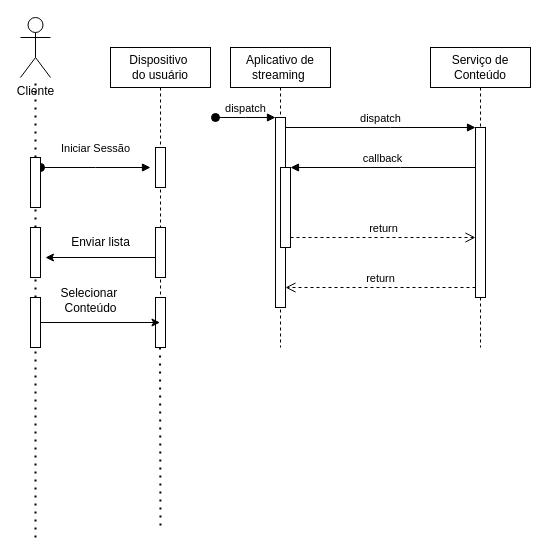
Before: Diagrama sem nome.drawio in AnderBrIF/IF, a draw.io diagram. Source tidied: cells renumbered, new cells numbered last; positions are measured from the earlier drawing's top-left corner, leaving out a move shared by most shapes. Both pictures are drawn from the tidied source at 100%, with x=0, y=0 at pixel (20, 17).
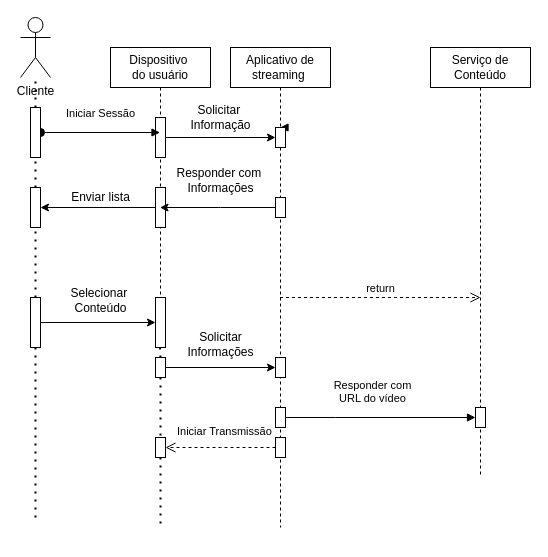
Above is the later version.

Unchanged cells that the change refers to:
```xml
<mxCell id="14" value="Dispositivo&amp;nbsp;&lt;br&gt;do usuário" style="shape=umlLifeline;perimeter=lifelinePerimeter;whiteSpace=wrap;html=1;outlineConnect=0;portConstraint=eastwest;newEdgeStyle={&quot;edgeStyle&quot;:&quot;elbowEdgeStyle&quot;,&quot;elbow&quot;:&quot;vertical&quot;,&quot;curved&quot;:0,&quot;rounded&quot;:0};" parent="1" vertex="1">
  <mxGeometry x="90" y="30" width="100" height="300" as="geometry" />
</mxCell>
<mxCell id="16" style="html=1;points=[];perimeter=orthogonalPerimeter;outlineConnect=0;targetShapes=umlLifeline;portConstraint=eastwest;newEdgeStyle={&quot;edgeStyle&quot;:&quot;elbowEdgeStyle&quot;,&quot;elbow&quot;:&quot;vertical&quot;,&quot;curved&quot;:0,&quot;rounded&quot;:0};" parent="14" vertex="1">
  <mxGeometry x="45" y="250" width="10" height="50" as="geometry" />
</mxCell>
<mxCell id="30" style="html=1;points=[];perimeter=orthogonalPerimeter;outlineConnect=0;targetShapes=umlLifeline;portConstraint=eastwest;newEdgeStyle={&quot;edgeStyle&quot;:&quot;elbowEdgeStyle&quot;,&quot;elbow&quot;:&quot;vertical&quot;,&quot;curved&quot;:0,&quot;rounded&quot;:0};" parent="1" vertex="1">
  <mxGeometry x="10" y="280" width="10" height="50" as="geometry" />
</mxCell>
```

What changed in the source:
```diff
@@
-    <mxCell id="2" value="Aplicativo de&lt;br&gt;streaming&amp;nbsp;" style="shape=umlLifeline;perimeter=lifelinePerimeter;whiteSpace=wrap;html=1;outlineConnect=0;portConstraint=eastwest;newEdgeStyle={&quot;edgeStyle&quot;:&quot;elbowEdgeStyle&quot;,&quot;elbow&quot;:&quot;vertical&quot;,&quot;curved&quot;:0,&quot;rounded&quot;:0};" parent="1" vertex="1">
-      <mxGeometry x="210" y="30" width="100" height="300" as="geometry" />
-    </mxCell>
-    <mxCell id="3" style="html=1;points=[];perimeter=orthogonalPerimeter;outlineConnect=0;targetShapes=umlLifeline;portConstraint=eastwest;newEdgeStyle={&quot;edgeStyle&quot;:&quot;elbowEdgeStyle&quot;,&quot;elbow&quot;:&quot;vertical&quot;,&quot;curved&quot;:0,&quot;rounded&quot;:0};" parent="2" vertex="1">
-      <mxGeometry x="45" y="70" width="10" height="190" as="geometry" />
-    </mxCell>
-    <mxCell id="4" value="dispatch" style="html=1;verticalAlign=bottom;startArrow=oval;endArrow=block;startSize=8;edgeStyle=elbowEdgeStyle;elbow=vertical;curved=0;rounded=0;" parent="2" edge="1" target="3">
-      <mxGeometry relative="1" as="geometry">
-        <mxPoint x="-15" y="70" as="sourcePoint" />
-      </mxGeometry>
-    </mxCell>
-    <mxCell id="5" style="html=1;points=[];perimeter=orthogonalPerimeter;outlineConnect=0;targetShapes=umlLifeline;portConstraint=eastwest;newEdgeStyle={&quot;edgeStyle&quot;:&quot;elbowEdgeStyle&quot;,&quot;elbow&quot;:&quot;vertical&quot;,&quot;curved&quot;:0,&quot;rounded&quot;:0};" parent="2" vertex="1">
-      <mxGeometry x="50" y="120" width="10" height="80" as="geometry" />
-    </mxCell>
     <mxCell id="6" value="Serviço de Conteúdo" style="shape=umlLifeline;perimeter=lifelinePerimeter;whiteSpace=wrap;html=1;newEdgeStyle={&quot;edgeStyle&quot;:&quot;elbowEdgeStyle&quot;,&quot;elbow&quot;:&quot;vertical&quot;,&quot;curved&quot;:0,&quot;rounded&quot;:0};" parent="1" vertex="1">
-      <mxGeometry x="410" y="30" width="100" height="300" as="geometry" />
+      <mxGeometry x="410" y="30" width="100" height="430" as="geometry" />
     </mxCell>
-    <mxCell id="7" style="html=1;points=[];perimeter=orthogonalPerimeter;outlineConnect=0;targetShapes=umlLifeline;portConstraint=eastwest;newEdgeStyle={&quot;edgeStyle&quot;:&quot;elbowEdgeStyle&quot;,&quot;elbow&quot;:&quot;vertical&quot;,&quot;curved&quot;:0,&quot;rounded&quot;:0};" parent="6" vertex="1">
-      <mxGeometry x="45" y="80" width="10" height="170" as="geometry" />
-    </mxCell>
+    <mxCell id="35" style="html=1;points=[];perimeter=orthogonalPerimeter;outlineConnect=0;targetShapes=umlLifeline;portConstraint=eastwest;newEdgeStyle={&quot;edgeStyle&quot;:&quot;elbowEdgeStyle&quot;,&quot;elbow&quot;:&quot;vertical&quot;,&quot;curved&quot;:0,&quot;rounded&quot;:0};" parent="6" vertex="1">
+      <mxGeometry x="45" y="360" width="10" height="20" as="geometry" />
+    </mxCell>
-    <mxCell id="8" value="dispatch" style="html=1;verticalAlign=bottom;endArrow=block;edgeStyle=elbowEdgeStyle;elbow=vertical;curved=0;rounded=0;" parent="1" edge="1" source="3" target="7">
-      <mxGeometry relative="1" as="geometry">
+    <mxCell id="8" value="Responder com&lt;br&gt;URL do vídeo" style="html=1;verticalAlign=bottom;endArrow=block;edgeStyle=elbowEdgeStyle;elbow=vertical;curved=0;rounded=0;" parent="1" edge="1" target="35">
+      <mxGeometry x="-0.03" y="10" relative="1" as="geometry">
+        <mxPoint x="255" y="400" as="sourcePoint" />
         <Array as="points">
-          <mxPoint x="370" y="110" />
+          <mxPoint x="315.2" y="400" />
+          <mxPoint x="285.2" y="420" />
+          <mxPoint x="385.2" y="420" />
+          <mxPoint x="415.2" y="400" />
+          <mxPoint x="365.2" y="340" />
         </Array>
       </mxGeometry>
     </mxCell>
-    <mxCell id="9" value="return" style="html=1;verticalAlign=bottom;endArrow=open;dashed=1;endSize=8;edgeStyle=elbowEdgeStyle;elbow=vertical;curved=0;rounded=0;" parent="1" edge="1" source="7" target="3">
-      <mxGeometry relative="1" as="geometry">
-        <Array as="points">
-          <mxPoint x="380" y="270" />
-        </Array>
-      </mxGeometry>
+    <mxCell id="9" style="html=1;verticalAlign=bottom;endArrow=open;dashed=1;endSize=8;edgeStyle=elbowEdgeStyle;elbow=vertical;curved=0;rounded=0;" parent="1" edge="1" source="43" target="51">
+      <mxGeometry relative="1" as="geometry" />
     </mxCell>
-    <mxCell id="10" value="callback" style="html=1;verticalAlign=bottom;endArrow=block;edgeStyle=elbowEdgeStyle;elbow=vertical;curved=0;rounded=0;" parent="1" edge="1" source="7" target="5">
-      <mxGeometry relative="1" as="geometry">
-        <Array as="points">
-          <mxPoint x="380" y="150" />
-        </Array>
-      </mxGeometry>
-    </mxCell>
-    <mxCell id="11" value="return" style="html=1;verticalAlign=bottom;endArrow=open;dashed=1;endSize=8;edgeStyle=elbowEdgeStyle;elbow=vertical;curved=0;rounded=0;" parent="1" edge="1" source="5" target="7">
+    <mxCell id="11" value="return" style="html=1;verticalAlign=bottom;endArrow=open;dashed=1;endSize=8;edgeStyle=elbowEdgeStyle;elbow=vertical;curved=0;rounded=0;" parent="1" edge="1" source="2">
       <mxGeometry relative="1" as="geometry">
+        <mxPoint x="460" y="280" as="targetPoint" />
         <Array as="points">
-          <mxPoint x="370" y="220" />
+          <mxPoint x="375" y="280" />
         </Array>
       </mxGeometry>
     </mxCell>
@@
     <mxCell id="15" style="html=1;points=[];perimeter=orthogonalPerimeter;outlineConnect=0;targetShapes=umlLifeline;portConstraint=eastwest;newEdgeStyle={&quot;edgeStyle&quot;:&quot;elbowEdgeStyle&quot;,&quot;elbow&quot;:&quot;vertical&quot;,&quot;curved&quot;:0,&quot;rounded&quot;:0};" parent="14" vertex="1">
-      <mxGeometry x="45" y="100" width="10" height="40" as="geometry" />
+      <mxGeometry x="45" y="70" width="10" height="40" as="geometry" />
     </mxCell>
@@
-    <mxCell id="17" style="html=1;perimeter=orthogonalPerimeter;targetShapes=umlLifeline;newEdgeStyle={&quot;edgeStyle&quot;:&quot;elbowEdgeStyle&quot;,&quot;elbow&quot;:&quot;vertical&quot;,&quot;curved&quot;:0,&quot;rounded&quot;:0};" parent="1" vertex="1">
-      <mxGeometry x="10" y="140" width="10" height="50" as="geometry" />
-    </mxCell>
+    <mxCell id="32" style="html=1;points=[];perimeter=orthogonalPerimeter;outlineConnect=0;targetShapes=umlLifeline;portConstraint=eastwest;newEdgeStyle={&quot;edgeStyle&quot;:&quot;elbowEdgeStyle&quot;,&quot;elbow&quot;:&quot;vertical&quot;,&quot;curved&quot;:0,&quot;rounded&quot;:0};" parent="14" vertex="1">
+      <mxGeometry x="45" y="140" width="10" height="40" as="geometry" />
+    </mxCell>
@@
-    <mxCell id="19" value="Iniciar Sessão" style="html=1;verticalAlign=bottom;startArrow=oval;endArrow=block;startSize=8;edgeStyle=elbowEdgeStyle;elbow=vertical;curved=0;rounded=0;" parent="1" edge="1" source="26">
+    <mxCell id="19" value="Iniciar Sessão" style="html=1;verticalAlign=bottom;startArrow=oval;endArrow=block;startSize=8;edgeStyle=elbowEdgeStyle;elbow=vertical;curved=0;rounded=0;" parent="1" edge="1" source="26" target="14">
       <mxGeometry y="10" relative="1" as="geometry">
-        <mxPoint x="130" y="150" as="targetPoint" />
+        <Array as="points">
+          <mxPoint x="90" y="120" />
+        </Array>
       </mxGeometry>
     </mxCell>
-    <mxCell id="20" style="endArrow=classic;html=1;rounded=0;" parent="1" edge="1" source="32">
-      <mxGeometry relative="1" as="geometry">
-        <mxPoint x="25" y="240" as="targetPoint" />
-      </mxGeometry>
+    <mxCell id="20" style="endArrow=classic;html=1;rounded=0;" parent="1" edge="1" source="32" target="28">
+      <mxGeometry relative="1" as="geometry" />
     </mxCell>
     <mxCell id="21" value="Enviar lista" style="text;html=1;align=center;verticalAlign=middle;strokeColor=none;fillColor=none;" parent="1" vertex="1">
-      <mxGeometry x="40" y="210" width="80" height="30" as="geometry" />
+      <mxGeometry x="40" y="165" width="80" height="30" as="geometry" />
     </mxCell>
-    <mxCell id="22" style="endArrow=classic;html=1;rounded=0;" parent="1" edge="1" source="30" target="14">
+    <mxCell id="22" style="endArrow=classic;html=1;rounded=0;" parent="1" edge="1" source="30" target="16">
       <mxGeometry relative="1" as="geometry" />
     </mxCell>
-    <mxCell id="23" style="html=1;perimeter=orthogonalPerimeter;targetShapes=umlLifeline;newEdgeStyle={&quot;edgeStyle&quot;:&quot;elbowEdgeStyle&quot;,&quot;elbow&quot;:&quot;vertical&quot;,&quot;curved&quot;:0,&quot;rounded&quot;:0};" parent="1" vertex="1">
-      <mxGeometry x="10" y="210" width="10" height="50" as="geometry" />
-    </mxCell>
@@
     <mxCell id="26" style="html=1;points=[];perimeter=orthogonalPerimeter;outlineConnect=0;targetShapes=umlLifeline;portConstraint=eastwest;newEdgeStyle={&quot;edgeStyle&quot;:&quot;elbowEdgeStyle&quot;,&quot;elbow&quot;:&quot;vertical&quot;,&quot;curved&quot;:0,&quot;rounded&quot;:0};" parent="1" vertex="1">
-      <mxGeometry x="10" y="140" width="10" height="50" as="geometry" />
+      <mxGeometry x="10" y="90" width="10" height="50" as="geometry" />
     </mxCell>
     <mxCell id="27" style="endArrow=none;dashed=1;html=1;dashPattern=1 3;strokeWidth=2;rounded=0;" parent="1" edge="1" source="30" target="28">
-      <mxGeometry relative="1" as="geometry" />
+      <mxGeometry relative="1" as="geometry">
+        <Array as="points">
+          <mxPoint x="15" y="250" />
+        </Array>
+      </mxGeometry>
     </mxCell>
     <mxCell id="28" style="html=1;points=[];perimeter=orthogonalPerimeter;outlineConnect=0;targetShapes=umlLifeline;portConstraint=eastwest;newEdgeStyle={&quot;edgeStyle&quot;:&quot;elbowEdgeStyle&quot;,&quot;elbow&quot;:&quot;vertical&quot;,&quot;curved&quot;:0,&quot;rounded&quot;:0};" parent="1" vertex="1">
-      <mxGeometry x="10" y="210" width="10" height="50" as="geometry" />
+      <mxGeometry x="10" y="170" width="10" height="40" as="geometry" />
     </mxCell>
     <mxCell id="29" style="endArrow=none;dashed=1;html=1;dashPattern=1 3;strokeWidth=2;rounded=0;" parent="1" edge="1" target="30">
       <mxGeometry relative="1" as="geometry">
-        <mxPoint x="15" y="520" as="sourcePoint" />
+        <mxPoint x="15" y="500" as="sourcePoint" />
       </mxGeometry>
     </mxCell>
@@
-    <mxCell id="31" style="endArrow=classic;html=1;rounded=0;" parent="1" edge="1" target="32">
-      <mxGeometry relative="1" as="geometry">
-        <mxPoint x="134.8" y="240" as="sourcePoint" />
-      </mxGeometry>
-    </mxCell>
-    <mxCell id="32" style="html=1;points=[];perimeter=orthogonalPerimeter;outlineConnect=0;targetShapes=umlLifeline;portConstraint=eastwest;newEdgeStyle={&quot;edgeStyle&quot;:&quot;elbowEdgeStyle&quot;,&quot;elbow&quot;:&quot;vertical&quot;,&quot;curved&quot;:0,&quot;rounded&quot;:0};" parent="1" vertex="1">
-      <mxGeometry x="135" y="210" width="10" height="50" as="geometry" />
-    </mxCell>
-    <mxCell id="33" style="endArrow=none;dashed=1;html=1;dashPattern=1 3;strokeWidth=2;rounded=0;" parent="1" edge="1" source="14">
+    <mxCell id="33" style="endArrow=none;dashed=1;html=1;dashPattern=1 3;strokeWidth=2;rounded=0;" parent="1" edge="1" source="49">
       <mxGeometry relative="1" as="geometry">
         <mxPoint x="140" y="510" as="targetPoint" />
       </mxGeometry>
     </mxCell>
     <mxCell id="34" value="Selecionar&amp;nbsp;&lt;br&gt;Conteúdo" style="text;html=1;align=center;verticalAlign=middle;strokeColor=none;fillColor=none;" parent="1" vertex="1">
-      <mxGeometry x="30" y="263" width="80" height="40" as="geometry" />
+      <mxGeometry x="40" y="263" width="80" height="40" as="geometry" />
     </mxCell>
+    <mxCell id="36" style="endArrow=classic;html=1;rounded=0;" parent="1" edge="1" source="15" target="5">
+      <mxGeometry relative="1" as="geometry" />
+    </mxCell>
+    <mxCell id="37" value="Solicitar&amp;nbsp;&lt;br&gt;Informação" style="text;html=1;align=center;verticalAlign=middle;strokeColor=none;fillColor=none;" parent="1" vertex="1">
+      <mxGeometry x="160" y="80" width="80" height="40" as="geometry" />
+    </mxCell>
+    <mxCell id="38" style="endArrow=classic;html=1;rounded=0;" parent="1" edge="1" source="2" target="14">
+      <mxGeometry relative="1" as="geometry">
+        <Array as="points">
+          <mxPoint x="200" y="190" />
+        </Array>
+      </mxGeometry>
+    </mxCell>
+    <mxCell id="39" value="Responder com&amp;nbsp;&lt;br&gt;Informações" style="text;html=1;align=center;verticalAlign=middle;points=[];strokeColor=none;fillColor=none;" parent="1" vertex="1">
+      <mxGeometry x="145" y="143" width="110" height="40" as="geometry" />
+    </mxCell>
+    <mxCell id="40" style="html=1;verticalAlign=bottom;endArrow=block;edgeStyle=elbowEdgeStyle;elbow=vertical;curved=0;rounded=0;" parent="1" edge="1" target="2">
+      <mxGeometry relative="1" as="geometry">
+        <mxPoint x="265" y="110" as="sourcePoint" />
+      </mxGeometry>
+    </mxCell>
+    <mxCell id="2" value="Aplicativo de&lt;br&gt;streaming&amp;nbsp;" style="shape=umlLifeline;perimeter=lifelinePerimeter;whiteSpace=wrap;html=1;outlineConnect=0;portConstraint=eastwest;newEdgeStyle={&quot;edgeStyle&quot;:&quot;elbowEdgeStyle&quot;,&quot;elbow&quot;:&quot;vertical&quot;,&quot;curved&quot;:0,&quot;rounded&quot;:0};" parent="1" vertex="1">
+      <mxGeometry x="210" y="30" width="100" height="480" as="geometry" />
+    </mxCell>
+    <mxCell id="5" style="html=1;points=[];perimeter=orthogonalPerimeter;outlineConnect=0;targetShapes=umlLifeline;portConstraint=eastwest;newEdgeStyle={&quot;edgeStyle&quot;:&quot;elbowEdgeStyle&quot;,&quot;elbow&quot;:&quot;vertical&quot;,&quot;curved&quot;:0,&quot;rounded&quot;:0};" parent="2" vertex="1">
+      <mxGeometry x="45" y="80" width="10" height="20" as="geometry" />
+    </mxCell>
+    <mxCell id="41" style="html=1;points=[];perimeter=orthogonalPerimeter;outlineConnect=0;targetShapes=umlLifeline;portConstraint=eastwest;newEdgeStyle={&quot;edgeStyle&quot;:&quot;elbowEdgeStyle&quot;,&quot;elbow&quot;:&quot;vertical&quot;,&quot;curved&quot;:0,&quot;rounded&quot;:0};" parent="2" vertex="1">
+      <mxGeometry x="45" y="150" width="10" height="20" as="geometry" />
+    </mxCell>
+    <mxCell id="42" style="html=1;perimeter=orthogonalPerimeter;targetShapes=umlLifeline;newEdgeStyle={&quot;edgeStyle&quot;:&quot;elbowEdgeStyle&quot;,&quot;elbow&quot;:&quot;vertical&quot;,&quot;curved&quot;:0,&quot;rounded&quot;:0};" parent="2" vertex="1">
+      <mxGeometry x="45" y="360" width="10" height="20" as="geometry" />
+    </mxCell>
+    <mxCell id="43" style="html=1;points=[];perimeter=orthogonalPerimeter;outlineConnect=0;targetShapes=umlLifeline;portConstraint=eastwest;newEdgeStyle={&quot;edgeStyle&quot;:&quot;elbowEdgeStyle&quot;,&quot;elbow&quot;:&quot;vertical&quot;,&quot;curved&quot;:0,&quot;rounded&quot;:0};" parent="2" vertex="1">
+      <mxGeometry x="45" y="390" width="10" height="20" as="geometry" />
+    </mxCell>
+    <mxCell id="44" style="edgeStyle=elbowEdgeStyle;rounded=0;jettySize=auto;html=1;elbow=vertical;curved=0;" parent="1" edge="1" source="41" target="39">
+      <mxGeometry relative="1" as="geometry" />
+    </mxCell>
+    <mxCell id="45" style="endArrow=classic;html=1;rounded=0;" parent="1" edge="1" source="47" target="2">
+      <mxGeometry relative="1" as="geometry" />
+    </mxCell>
+    <mxCell id="46" style="endArrow=classic;html=1;rounded=0;" parent="1" edge="1" source="49" target="47">
+      <mxGeometry relative="1" as="geometry" />
+    </mxCell>
+    <mxCell id="47" style="html=1;points=[];perimeter=orthogonalPerimeter;outlineConnect=0;targetShapes=umlLifeline;portConstraint=eastwest;newEdgeStyle={&quot;edgeStyle&quot;:&quot;elbowEdgeStyle&quot;,&quot;elbow&quot;:&quot;vertical&quot;,&quot;curved&quot;:0,&quot;rounded&quot;:0};" parent="1" vertex="1">
+      <mxGeometry x="255" y="340" width="10" height="20" as="geometry" />
+    </mxCell>
+    <mxCell id="48" value="&lt;br&gt;Solicitar&lt;br&gt;Informações" style="text;html=1;align=center;verticalAlign=middle;strokeColor=none;fillColor=none;" parent="1" vertex="1">
+      <mxGeometry x="155" y="290" width="90" height="60" as="geometry" />
+    </mxCell>
+    <mxCell id="49" style="html=1;points=[];perimeter=orthogonalPerimeter;outlineConnect=0;targetShapes=umlLifeline;portConstraint=eastwest;newEdgeStyle={&quot;edgeStyle&quot;:&quot;elbowEdgeStyle&quot;,&quot;elbow&quot;:&quot;vertical&quot;,&quot;curved&quot;:0,&quot;rounded&quot;:0};" parent="1" vertex="1">
+      <mxGeometry x="135" y="340" width="10" height="20" as="geometry" />
+    </mxCell>
+    <mxCell id="50" style="endArrow=none;dashed=1;html=1;dashPattern=1 3;strokeWidth=2;rounded=0;" parent="1" edge="1" source="14" target="49">
+      <mxGeometry relative="1" as="geometry" />
+    </mxCell>
+    <mxCell id="51" style="html=1;points=[];perimeter=orthogonalPerimeter;outlineConnect=0;targetShapes=umlLifeline;portConstraint=eastwest;newEdgeStyle={&quot;edgeStyle&quot;:&quot;elbowEdgeStyle&quot;,&quot;elbow&quot;:&quot;vertical&quot;,&quot;curved&quot;:0,&quot;rounded&quot;:0};" parent="1" vertex="1">
+      <mxGeometry x="135" y="420" width="10" height="20" as="geometry" />
+    </mxCell>
+    <mxCell id="52" value="&lt;span style=&quot;color: rgb(0, 0, 0); font-family: Helvetica; font-size: 11px; font-style: normal; font-variant-ligatures: normal; font-variant-caps: normal; font-weight: 400; letter-spacing: normal; orphans: 2; text-align: center; text-indent: 0px; text-transform: none; widows: 2; word-spacing: 0px; -webkit-text-stroke-width: 0px; background-color: rgb(255, 255, 255); text-decoration-thickness: initial; text-decoration-style: initial; text-decoration-color: initial; float: none; display: inline !important;&quot;&gt;Iniciar Transmissão&lt;/span&gt;" style="text;whiteSpace=wrap;html=1;" parent="1" vertex="1">
+      <mxGeometry x="155" y="400" width="130" height="40" as="geometry" />
+    </mxCell>
```
